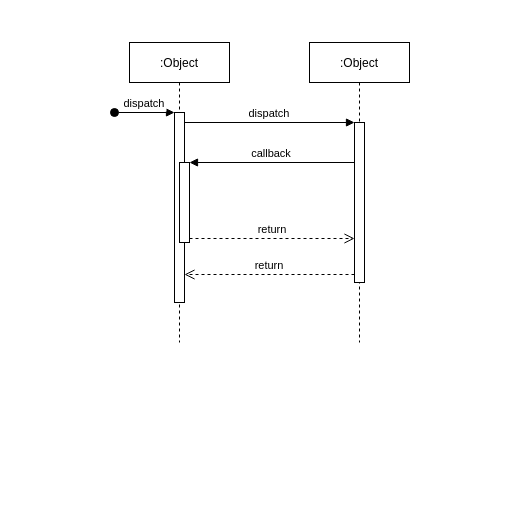
GoSeongJin/gnu-app keeps this draw.io diagram as Untitled Diagram.drawio. Above is the earlier version. Source tidied: cells renumbered, new cells numbered last; positions are measured from the earlier drawing's top-left corner, leaving out a move shared by most shapes. Both pictures are drawn from the tidied source at 100%, with x=0, y=0 at pixel (114, 42).
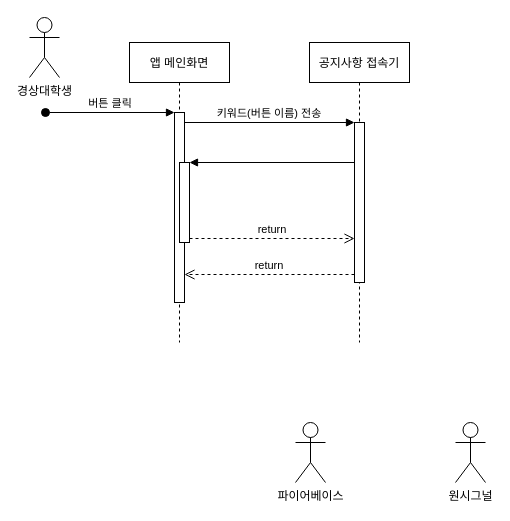
The same diagram, later.

What changed in the source:
```diff
@@
 <mxGraphModel>
   <root>
     <mxCell id="0" />
     <mxCell id="1" parent="0" />
-    <mxCell id="2" value=":Object" style="shape=umlLifeline;perimeter=lifelinePerimeter;rounded=0;shadow=0;strokeWidth=1;" parent="1" vertex="1">
+    <mxCell id="2" value="앱 메인화면" style="shape=umlLifeline;perimeter=lifelinePerimeter;rounded=0;shadow=0;strokeWidth=1;" parent="1" vertex="1">
       <mxGeometry x="15" width="100" height="300" as="geometry" />
     </mxCell>
     <mxCell id="3" style="points=[];perimeter=orthogonalPerimeter;rounded=0;shadow=0;strokeWidth=1;" parent="2" vertex="1">
       <mxGeometry x="45" y="70" width="10" height="190" as="geometry" />
     </mxCell>
-    <mxCell id="4" value="dispatch" style="verticalAlign=bottom;startArrow=oval;endArrow=block;startSize=8;shadow=0;strokeWidth=1;" parent="2" edge="1" target="3">
+    <mxCell id="4" value="버튼 클릭" style="verticalAlign=bottom;startArrow=oval;endArrow=block;startSize=8;shadow=0;strokeWidth=1;" parent="2" edge="1" target="3">
       <mxGeometry relative="1" as="geometry">
-        <mxPoint x="-15" y="70" as="sourcePoint" />
+        <mxPoint x="-84" y="70" as="sourcePoint" />
       </mxGeometry>
     </mxCell>
     <mxCell id="5" style="points=[];perimeter=orthogonalPerimeter;rounded=0;shadow=0;strokeWidth=1;" parent="2" vertex="1">
       <mxGeometry x="50" y="120" width="10" height="80" as="geometry" />
     </mxCell>
-    <mxCell id="6" value=":Object" style="shape=umlLifeline;perimeter=lifelinePerimeter;rounded=0;shadow=0;strokeWidth=1;" parent="1" vertex="1">
+    <mxCell id="6" value="공지사항 접속기" style="shape=umlLifeline;perimeter=lifelinePerimeter;rounded=0;shadow=0;strokeWidth=1;" parent="1" vertex="1">
       <mxGeometry x="195" width="100" height="300" as="geometry" />
     </mxCell>
     <mxCell id="7" style="points=[];perimeter=orthogonalPerimeter;rounded=0;shadow=0;strokeWidth=1;" parent="6" vertex="1">
       <mxGeometry x="45" y="80" width="10" height="160" as="geometry" />
     </mxCell>
     <mxCell id="8" value="return" style="verticalAlign=bottom;endArrow=open;dashed=1;endSize=8;exitX=0;exitY=0.95;shadow=0;strokeWidth=1;" parent="1" edge="1" source="7" target="3">
       <mxGeometry relative="1" as="geometry" />
     </mxCell>
-    <mxCell id="9" value="dispatch" style="verticalAlign=bottom;endArrow=block;entryX=0;entryY=0;shadow=0;strokeWidth=1;" parent="1" edge="1" source="3" target="7">
+    <mxCell id="9" value="키워드(버튼 이름) 전송" style="verticalAlign=bottom;endArrow=block;entryX=0;entryY=0;shadow=0;strokeWidth=1;" parent="1" edge="1" source="3" target="7">
       <mxGeometry relative="1" as="geometry" />
     </mxCell>
-    <mxCell id="10" value="callback" style="verticalAlign=bottom;endArrow=block;entryX=1;entryY=0;shadow=0;strokeWidth=1;" parent="1" edge="1" source="7" target="5">
+    <mxCell id="10" style="verticalAlign=bottom;endArrow=block;entryX=1;entryY=0;shadow=0;strokeWidth=1;" parent="1" edge="1" source="7" target="5">
       <mxGeometry relative="1" as="geometry" />
     </mxCell>
     <mxCell id="11" value="return" style="verticalAlign=bottom;endArrow=open;dashed=1;endSize=8;exitX=1;exitY=0.95;shadow=0;strokeWidth=1;" parent="1" edge="1" source="5" target="7">
       <mxGeometry relative="1" as="geometry" />
     </mxCell>
+    <mxCell id="12" value="경상대학생" style="shape=umlActor;verticalLabelPosition=bottom;verticalAlign=top;html=1;" parent="1" vertex="1">
+      <mxGeometry x="-85" y="-25" width="30" height="60" as="geometry" />
+    </mxCell>
+    <mxCell id="13" value="파이어베이스" style="shape=umlActor;verticalLabelPosition=bottom;verticalAlign=top;html=1;" parent="1" vertex="1">
+      <mxGeometry x="181" y="380" width="30" height="60" as="geometry" />
+    </mxCell>
+    <mxCell id="14" value="원시그널" style="shape=umlActor;verticalLabelPosition=bottom;verticalAlign=top;html=1;" parent="1" vertex="1">
+      <mxGeometry x="341" y="380" width="30" height="60" as="geometry" />
+    </mxCell>
   </root>
 </mxGraphModel>
```
